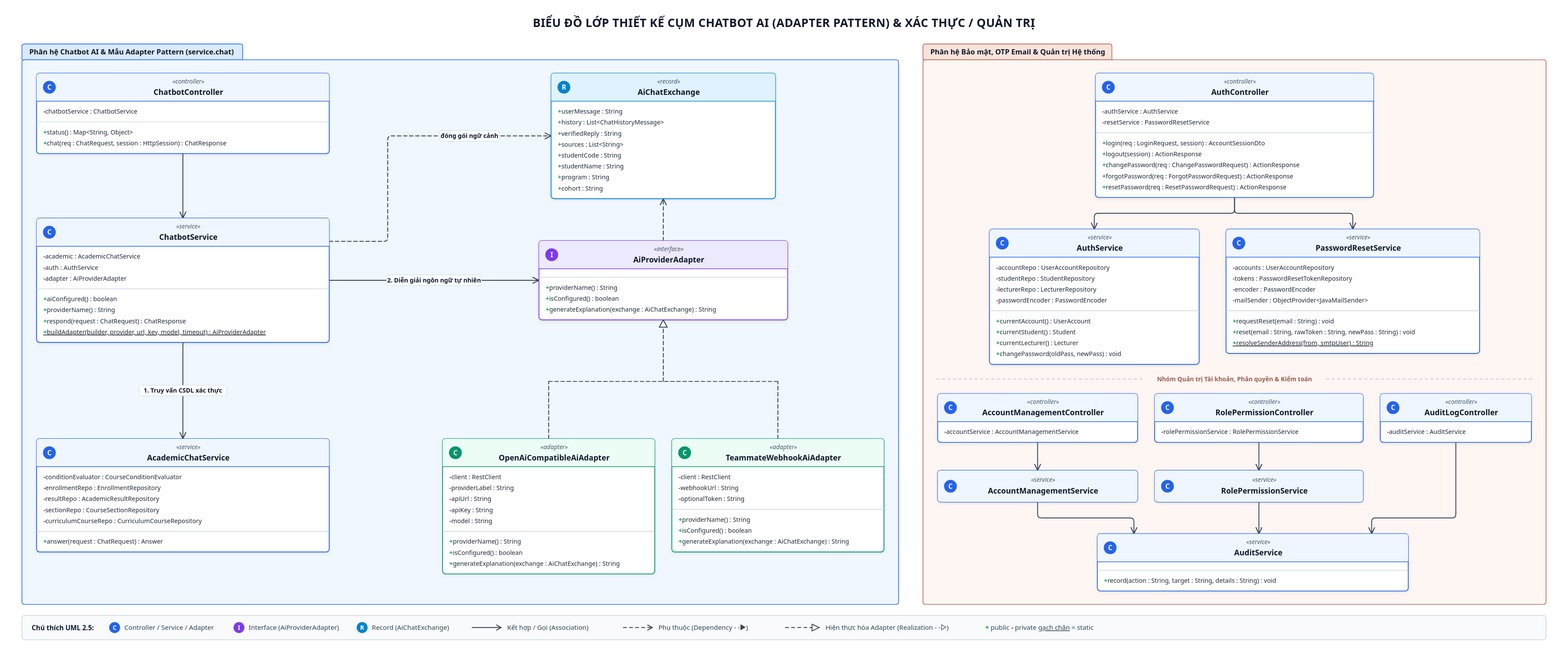
The PlantUML diagram diagrams/class/adapter-chatbot-auth-class-diagram.svg in truong2903/Coursebot, before a commit. Its source is kept beside it as diagrams/class/adapter-chatbot-auth-class-diagram.puml.
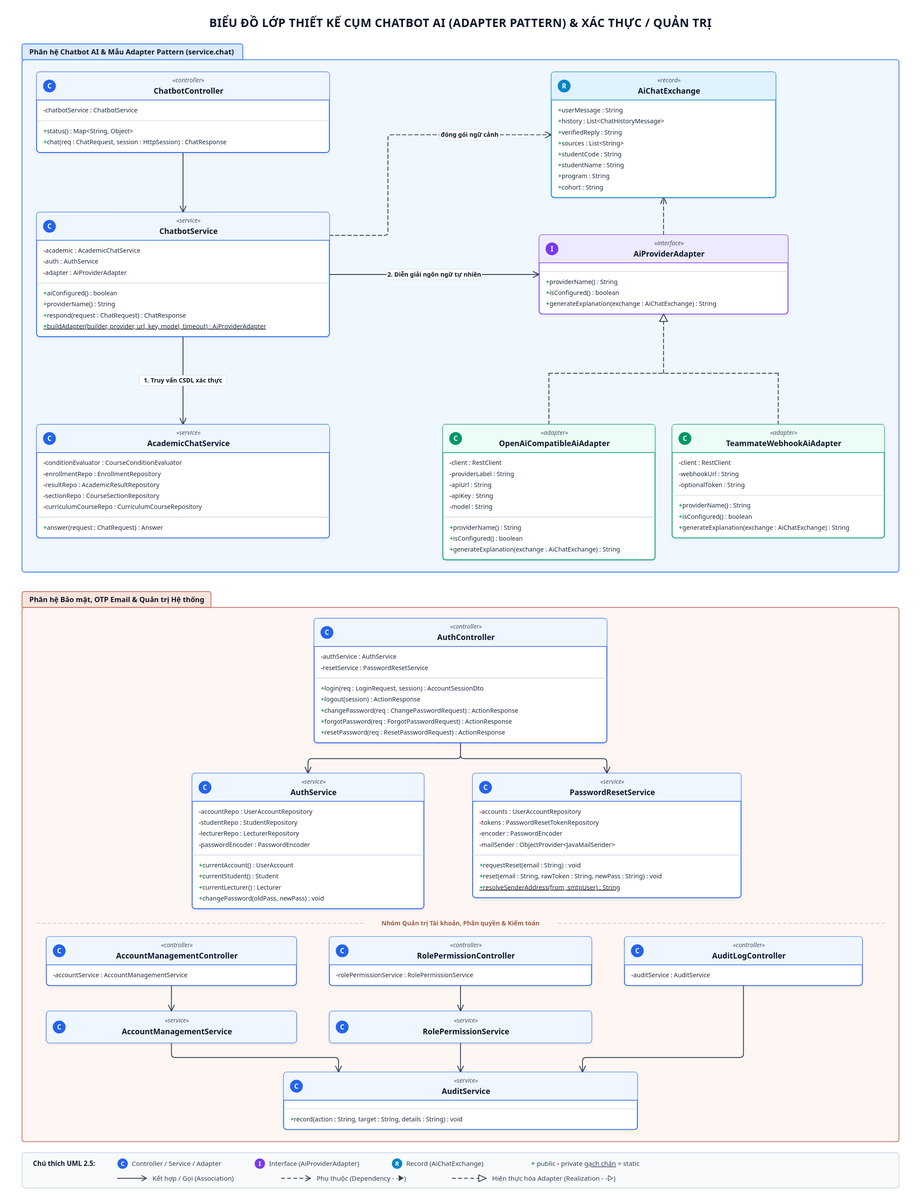
After the change.

Commit message:
Docs(diagrams): stack chatbot adapter and auth class diagram vertically

What changed in the source:
```diff
@@ -188,6 +188,6 @@
     AuditLogController --> AuditService
 }
 
-PkgChat -[hidden]right-> PkgAuthAdmin
+PkgChat -[hidden]down-> PkgAuthAdmin
 
 @enduml
```
